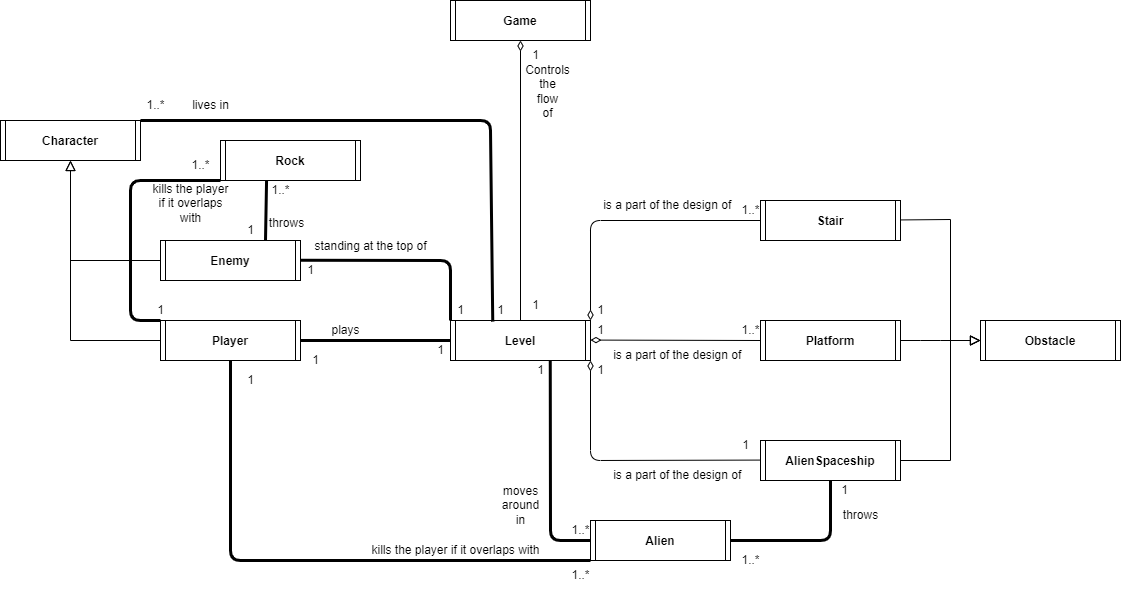
Above: class_diagrams.png in vyigityildiz/space-kong-2001 (draw.io), before the change. Source tidied: cells renumbered, new cells last; positions are measured from the earlier drawing's top-left corner, leaving out a move shared by most shapes.
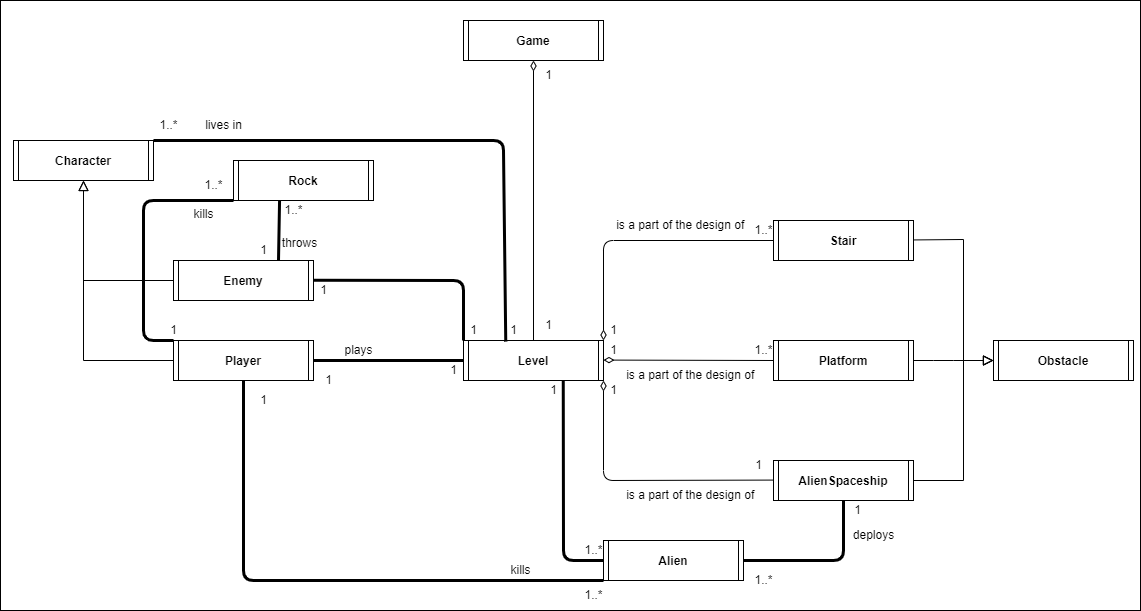
Later version of the same file.

What changed in the source:
```diff
@@ -2,6 +2,9 @@
   <root>
     <mxCell id="0" />
     <mxCell id="1" parent="0" />
+    <mxCell id="71" style="rounded=0;whiteSpace=wrap;html=1;" parent="1" vertex="1">
+      <mxGeometry x="-13" y="-20" width="1140" height="610" as="geometry" />
+    </mxCell>
     <mxCell id="2" value="Level" style="shape=process2;fixedSize=1;size=5;fontStyle=1;" parent="1" vertex="1">
       <mxGeometry x="450" y="320" width="140" height="40" as="geometry" />
     </mxCell>
@@ -105,7 +108,7 @@
     <mxCell id="26" value="1" style="text;html=1;align=center;verticalAlign=middle;strokeColor=none;fillColor=none;" parent="1" vertex="1">
       <mxGeometry x="730" y="430" width="30" height="30" as="geometry" />
     </mxCell>
-    <mxCell id="27" value="throws" style="text;html=1;align=center;verticalAlign=middle;strokeColor=none;fillColor=none;" parent="1" vertex="1">
+    <mxCell id="27" value="deploys" style="text;html=1;align=center;verticalAlign=middle;strokeColor=none;fillColor=none;" parent="1" vertex="1">
       <mxGeometry x="830" y="500" width="60" height="30" as="geometry" />
     </mxCell>
     <mxCell id="28" value="&amp;nbsp;is a part of the design of" style="text;html=1;align=center;verticalAlign=middle;strokeColor=none;fillColor=none;" parent="1" vertex="1">
@@ -124,9 +127,6 @@
         </Array>
       </mxGeometry>
     </mxCell>
-    <mxCell id="32" value="moves&lt;br&gt;around&lt;br&gt;in" style="text;html=1;align=center;verticalAlign=middle;strokeColor=none;fillColor=none;" parent="1" vertex="1">
-      <mxGeometry x="490" y="475" width="60" height="60" as="geometry" />
-    </mxCell>
     <mxCell id="33" style="endArrow=block;html=1;rounded=0;align=center;verticalAlign=bottom;endFill=0;labelBackgroundColor=none;endSize=8;entryX=0.5;entryY=1;entryDx=0;entryDy=0;exitX=0;exitY=0.5;exitDx=0;exitDy=0;" parent="1" edge="1" source="5" target="3">
       <mxGeometry relative="1" as="geometry">
         <Array as="points">
@@ -165,9 +165,6 @@
         </Array>
       </mxGeometry>
     </mxCell>
-    <mxCell id="40" value="standing at the top of" style="text;html=1;align=center;verticalAlign=middle;strokeColor=none;fillColor=none;" parent="1" vertex="1">
-      <mxGeometry x="300" y="231" width="140" height="30" as="geometry" />
-    </mxCell>
     <mxCell id="41" value="Game" style="shape=process2;fixedSize=1;size=5;fontStyle=1;" parent="1" vertex="1">
       <mxGeometry x="450" width="140" height="40" as="geometry" />
     </mxCell>
@@ -193,9 +190,6 @@
     <mxCell id="47" value="throws" style="text;html=1;align=center;verticalAlign=middle;strokeColor=none;fillColor=none;" parent="1" vertex="1">
       <mxGeometry x="256" y="208" width="60" height="30" as="geometry" />
     </mxCell>
-    <mxCell id="48" value="Controls&lt;br&gt;the&lt;br&gt;flow&lt;br&gt;of" style="text;html=1;align=center;verticalAlign=middle;strokeColor=none;fillColor=none;" parent="1" vertex="1">
-      <mxGeometry x="512" y="56" width="70" height="70" as="geometry" />
-    </mxCell>
     <mxCell id="49" style="endArrow=none;startArrow=none;endFill=0;startFill=0;endSize=8;html=1;verticalAlign=bottom;labelBackgroundColor=none;strokeWidth=3;exitX=0.5;exitY=1;exitDx=0;exitDy=0;" parent="1" edge="1" source="4">
       <mxGeometry relative="1" as="geometry">
         <mxPoint x="590" y="560" as="targetPoint" />
@@ -213,8 +207,8 @@
         </Array>
       </mxGeometry>
     </mxCell>
-    <mxCell id="51" value="kills the player&lt;br&gt;if it overlaps&lt;br&gt;with" style="text;html=1;align=center;verticalAlign=middle;strokeColor=none;fillColor=none;" parent="1" vertex="1">
-      <mxGeometry x="140" y="173" width="100" height="60" as="geometry" />
+    <mxCell id="51" value="kills" style="text;html=1;align=center;verticalAlign=middle;strokeColor=none;fillColor=none;" parent="1" vertex="1">
+      <mxGeometry x="170" y="179" width="40" height="30" as="geometry" />
     </mxCell>
     <mxCell id="52" value="1" style="text;html=1;align=center;verticalAlign=middle;strokeColor=none;fillColor=none;" parent="1" vertex="1">
       <mxGeometry x="145" y="295" width="30" height="30" as="geometry" />
@@ -222,8 +216,8 @@
     <mxCell id="53" value="1..*" style="text;html=1;align=center;verticalAlign=middle;strokeColor=none;fillColor=none;" parent="1" vertex="1">
       <mxGeometry x="180" y="150" width="40" height="30" as="geometry" />
     </mxCell>
-    <mxCell id="54" value="kills the player if it overlaps with" style="text;html=1;align=center;verticalAlign=middle;strokeColor=none;fillColor=none;" parent="1" vertex="1">
-      <mxGeometry x="360" y="535" width="190" height="30" as="geometry" />
+    <mxCell id="54" value="kills" style="text;html=1;align=center;verticalAlign=middle;strokeColor=none;fillColor=none;" parent="1" vertex="1">
+      <mxGeometry x="487" y="535" width="40" height="30" as="geometry" />
     </mxCell>
     <mxCell id="55" value="1..*" style="text;html=1;align=center;verticalAlign=middle;strokeColor=none;fillColor=none;" parent="1" vertex="1">
       <mxGeometry x="560" y="560" width="40" height="30" as="geometry" />
```
